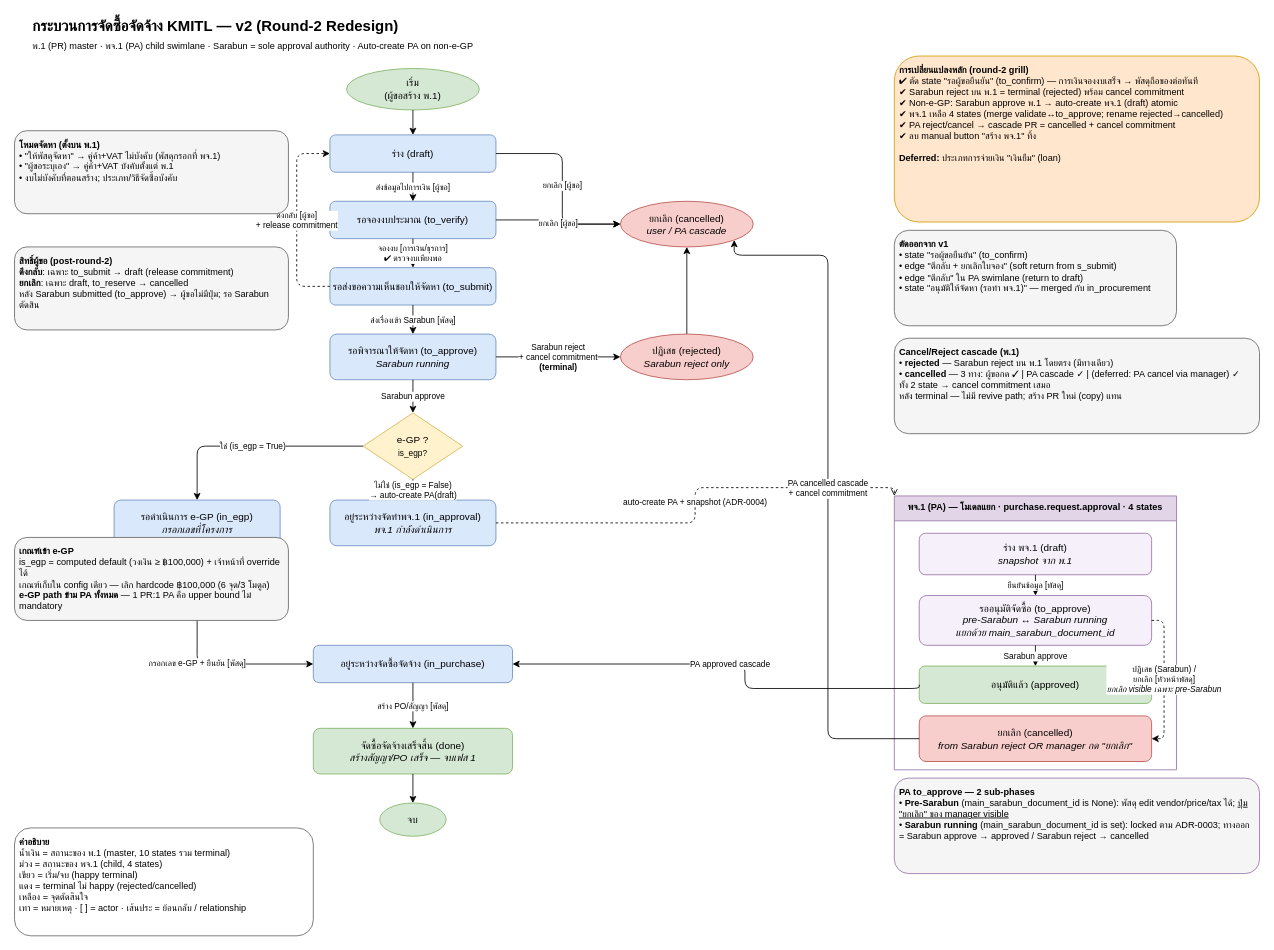
Before: docs/adr/purchase-workflow-v2.drawio in Aginix/kmitl, a draw.io diagram. Source tidied: cells renumbered, new cells numbered last; positions are measured from the earlier drawing's top-left corner, leaving out a move shared by most shapes. Both pictures are drawn from the tidied source at 83%, with x=0, y=0 at pixel (14, 14).
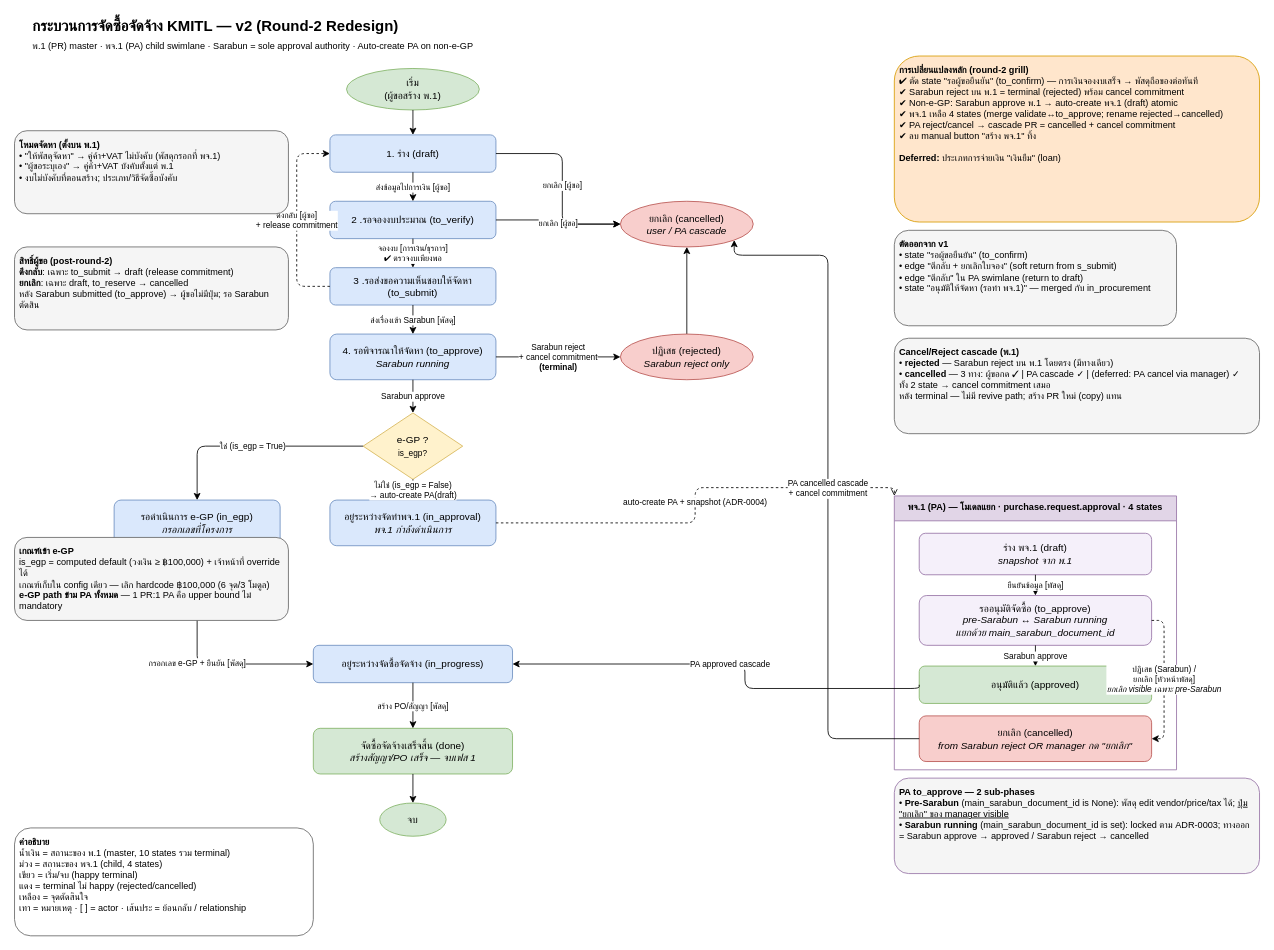
After the change.

The edit, as a diff of the source:
```diff
@@
-    <mxCell id="5" value="ร่าง (draft)" style="rounded=1;whiteSpace=wrap;html=1;fillColor=#dae8fc;strokeColor=#6c8ebf;" parent="1" vertex="1">
+    <mxCell id="5" value="1. ร่าง (draft)" style="rounded=1;whiteSpace=wrap;html=1;fillColor=#dae8fc;strokeColor=#6c8ebf;" parent="1" vertex="1">
       <mxGeometry x="380" y="145" width="200" height="45" as="geometry" />
     </mxCell>
-    <mxCell id="6" value="รอจองงบประมาณ (to_verify)" style="rounded=1;whiteSpace=wrap;html=1;fillColor=#dae8fc;strokeColor=#6c8ebf;" parent="1" vertex="1">
+    <mxCell id="6" value="2 .รอจองงบประมาณ (to_verify)" style="rounded=1;whiteSpace=wrap;html=1;fillColor=#dae8fc;strokeColor=#6c8ebf;" parent="1" vertex="1">
       <mxGeometry x="380" y="225" width="200" height="45" as="geometry" />
     </mxCell>
-    <mxCell id="7" value="รอส่งขอความเห็นชอบให้จัดหา&amp;nbsp;(to_submit)" style="rounded=1;whiteSpace=wrap;html=1;fillColor=#dae8fc;strokeColor=#6c8ebf;" parent="1" vertex="1">
+    <mxCell id="7" value="3 .รอส่งขอความเห็นชอบให้จัดหา (to_submit)" style="rounded=1;whiteSpace=wrap;html=1;fillColor=#dae8fc;strokeColor=#6c8ebf;" parent="1" vertex="1">
       <mxGeometry x="380" y="305" width="200" height="45" as="geometry" />
     </mxCell>
-    <mxCell id="8" value="รอพิจารณาให้จัดหา&amp;nbsp;(to_approve)&lt;br&gt;&lt;i&gt;Sarabun running&lt;/i&gt;" style="rounded=1;whiteSpace=wrap;html=1;fillColor=#dae8fc;strokeColor=#6c8ebf;" parent="1" vertex="1">
+    <mxCell id="8" value="4. รอพิจารณาให้จัดหา&amp;nbsp;(to_approve)&lt;br&gt;&lt;i&gt;Sarabun running&lt;/i&gt;" style="rounded=1;whiteSpace=wrap;html=1;fillColor=#dae8fc;strokeColor=#6c8ebf;" parent="1" vertex="1">
       <mxGeometry x="380" y="385" width="200" height="55" as="geometry" />
     </mxCell>
@@
-    <mxCell id="12" value="อยู่ระหว่างจัดซื้อจัดจ้าง (in_purchase)" style="rounded=1;whiteSpace=wrap;html=1;fillColor=#dae8fc;strokeColor=#6c8ebf;" parent="1" vertex="1">
+    <mxCell id="12" value="อยู่ระหว่างจัดซื้อจัดจ้าง (in_progress)" style="rounded=1;whiteSpace=wrap;html=1;fillColor=#dae8fc;strokeColor=#6c8ebf;" parent="1" vertex="1">
       <mxGeometry x="360" y="760" width="240" height="45" as="geometry" />
     </mxCell>
```
